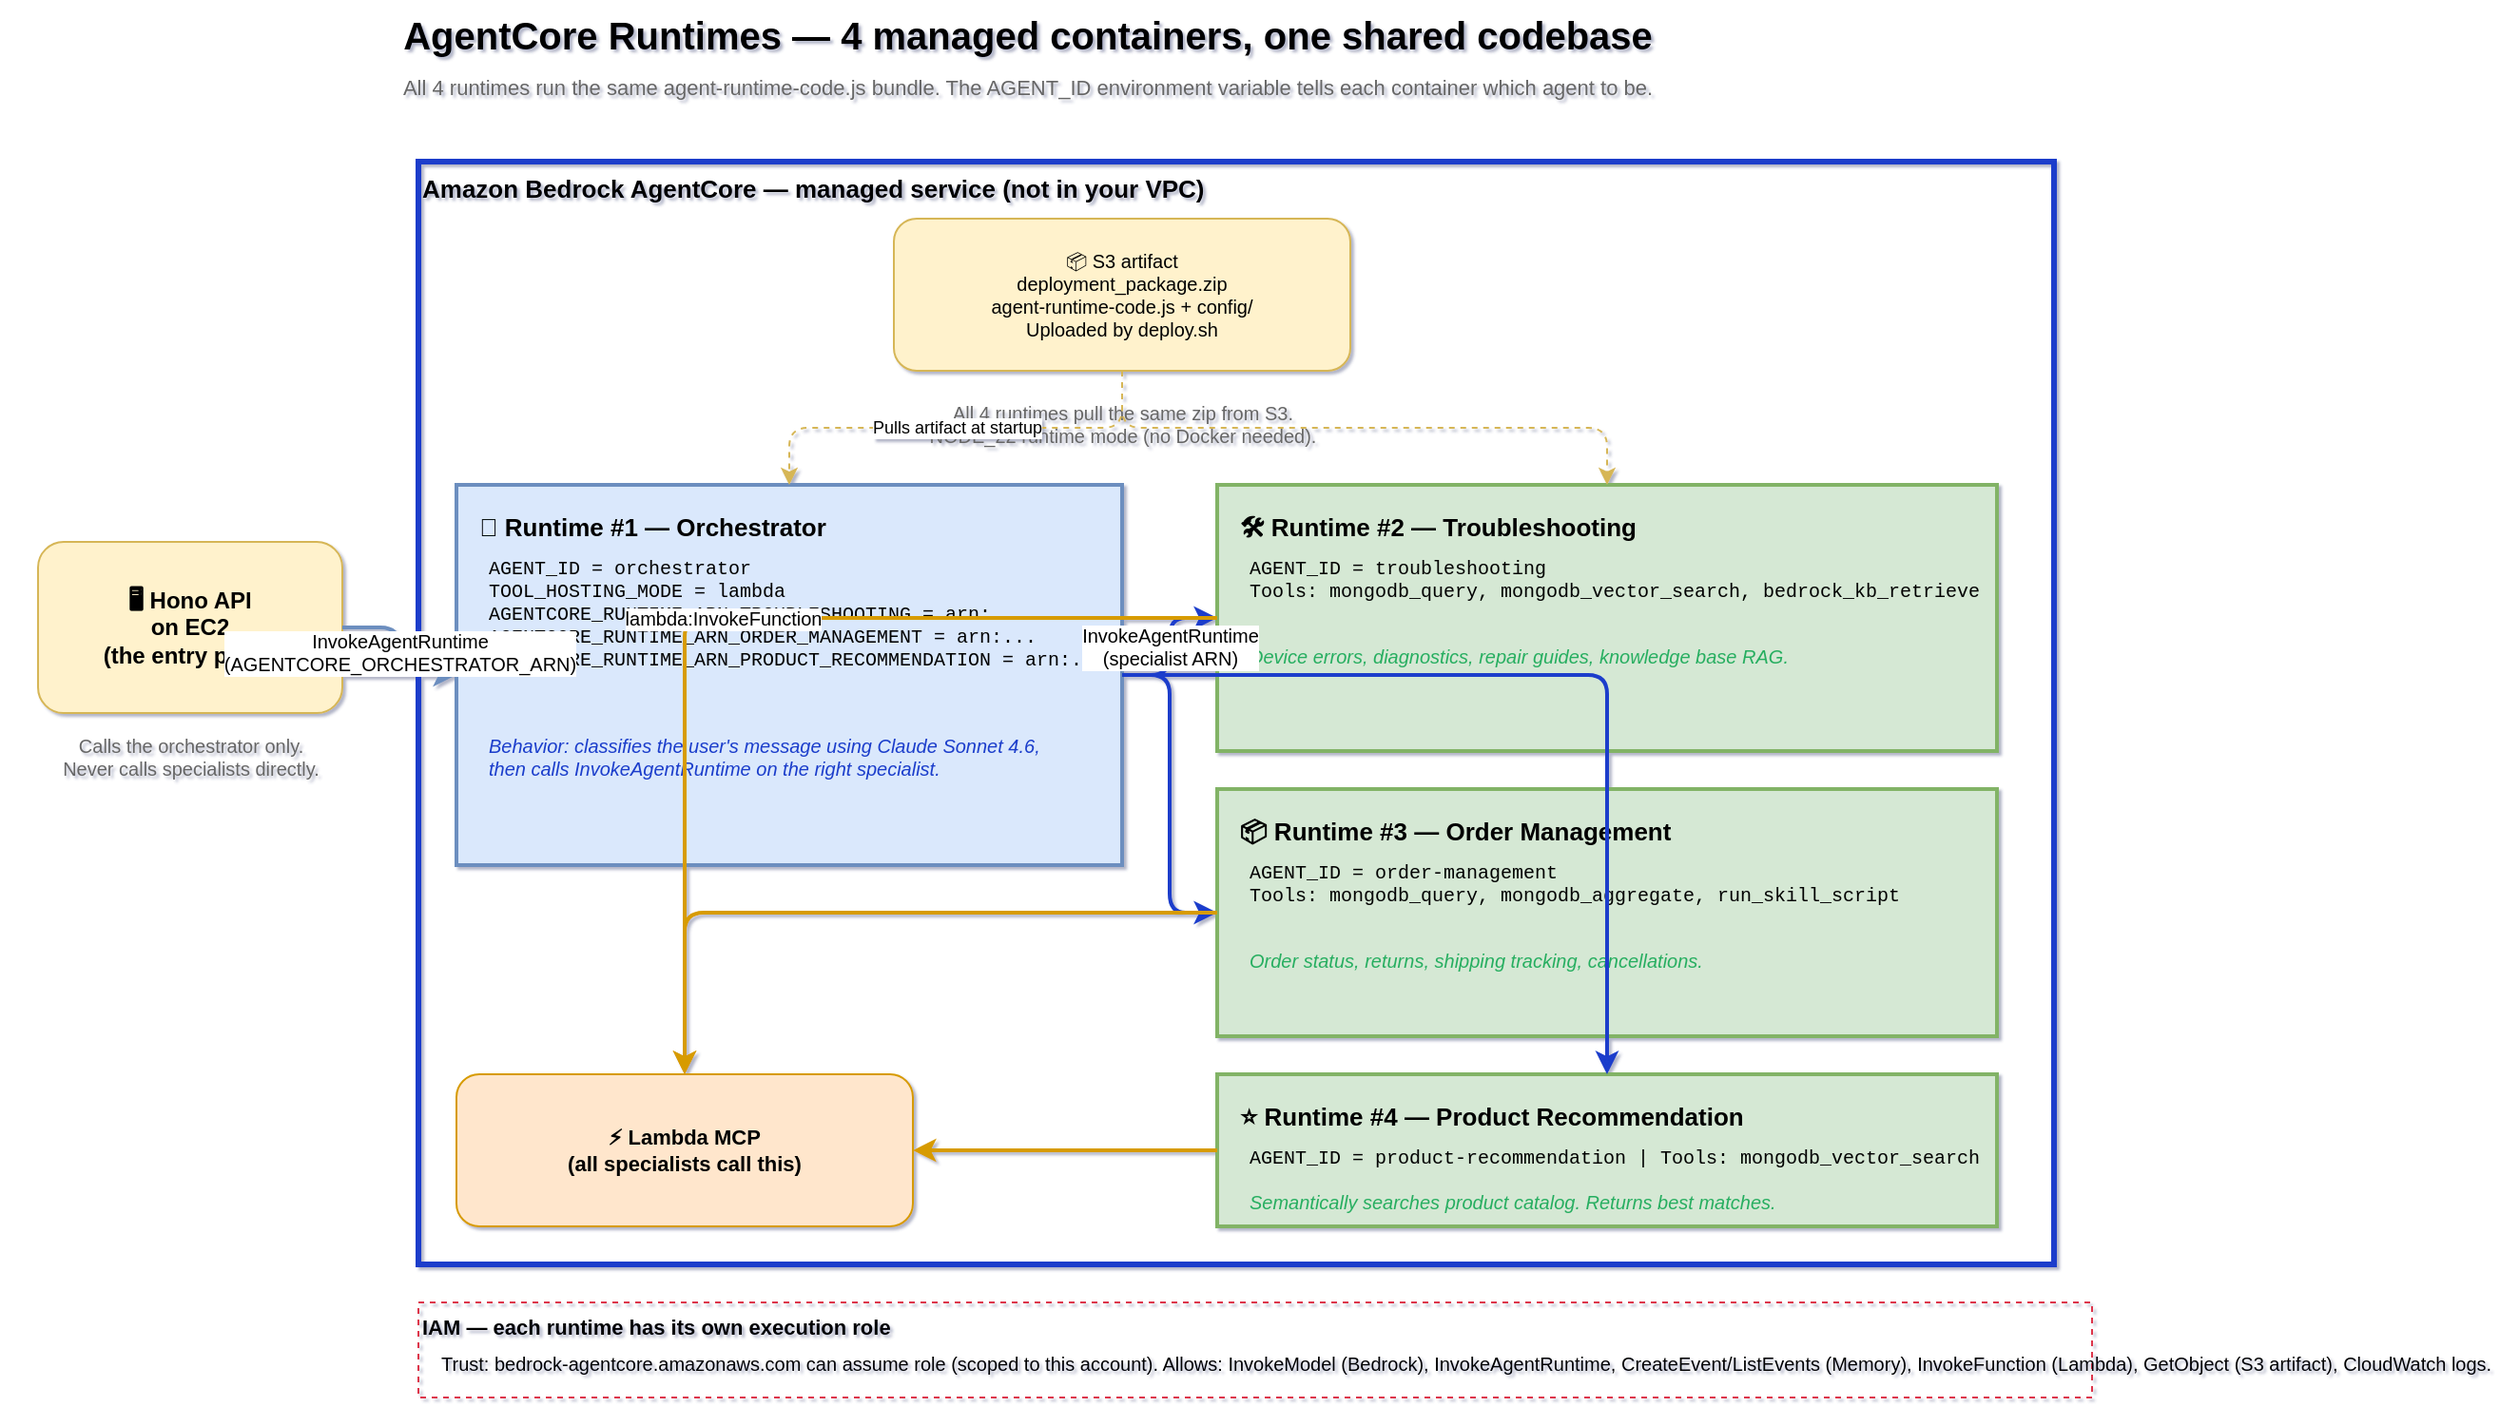
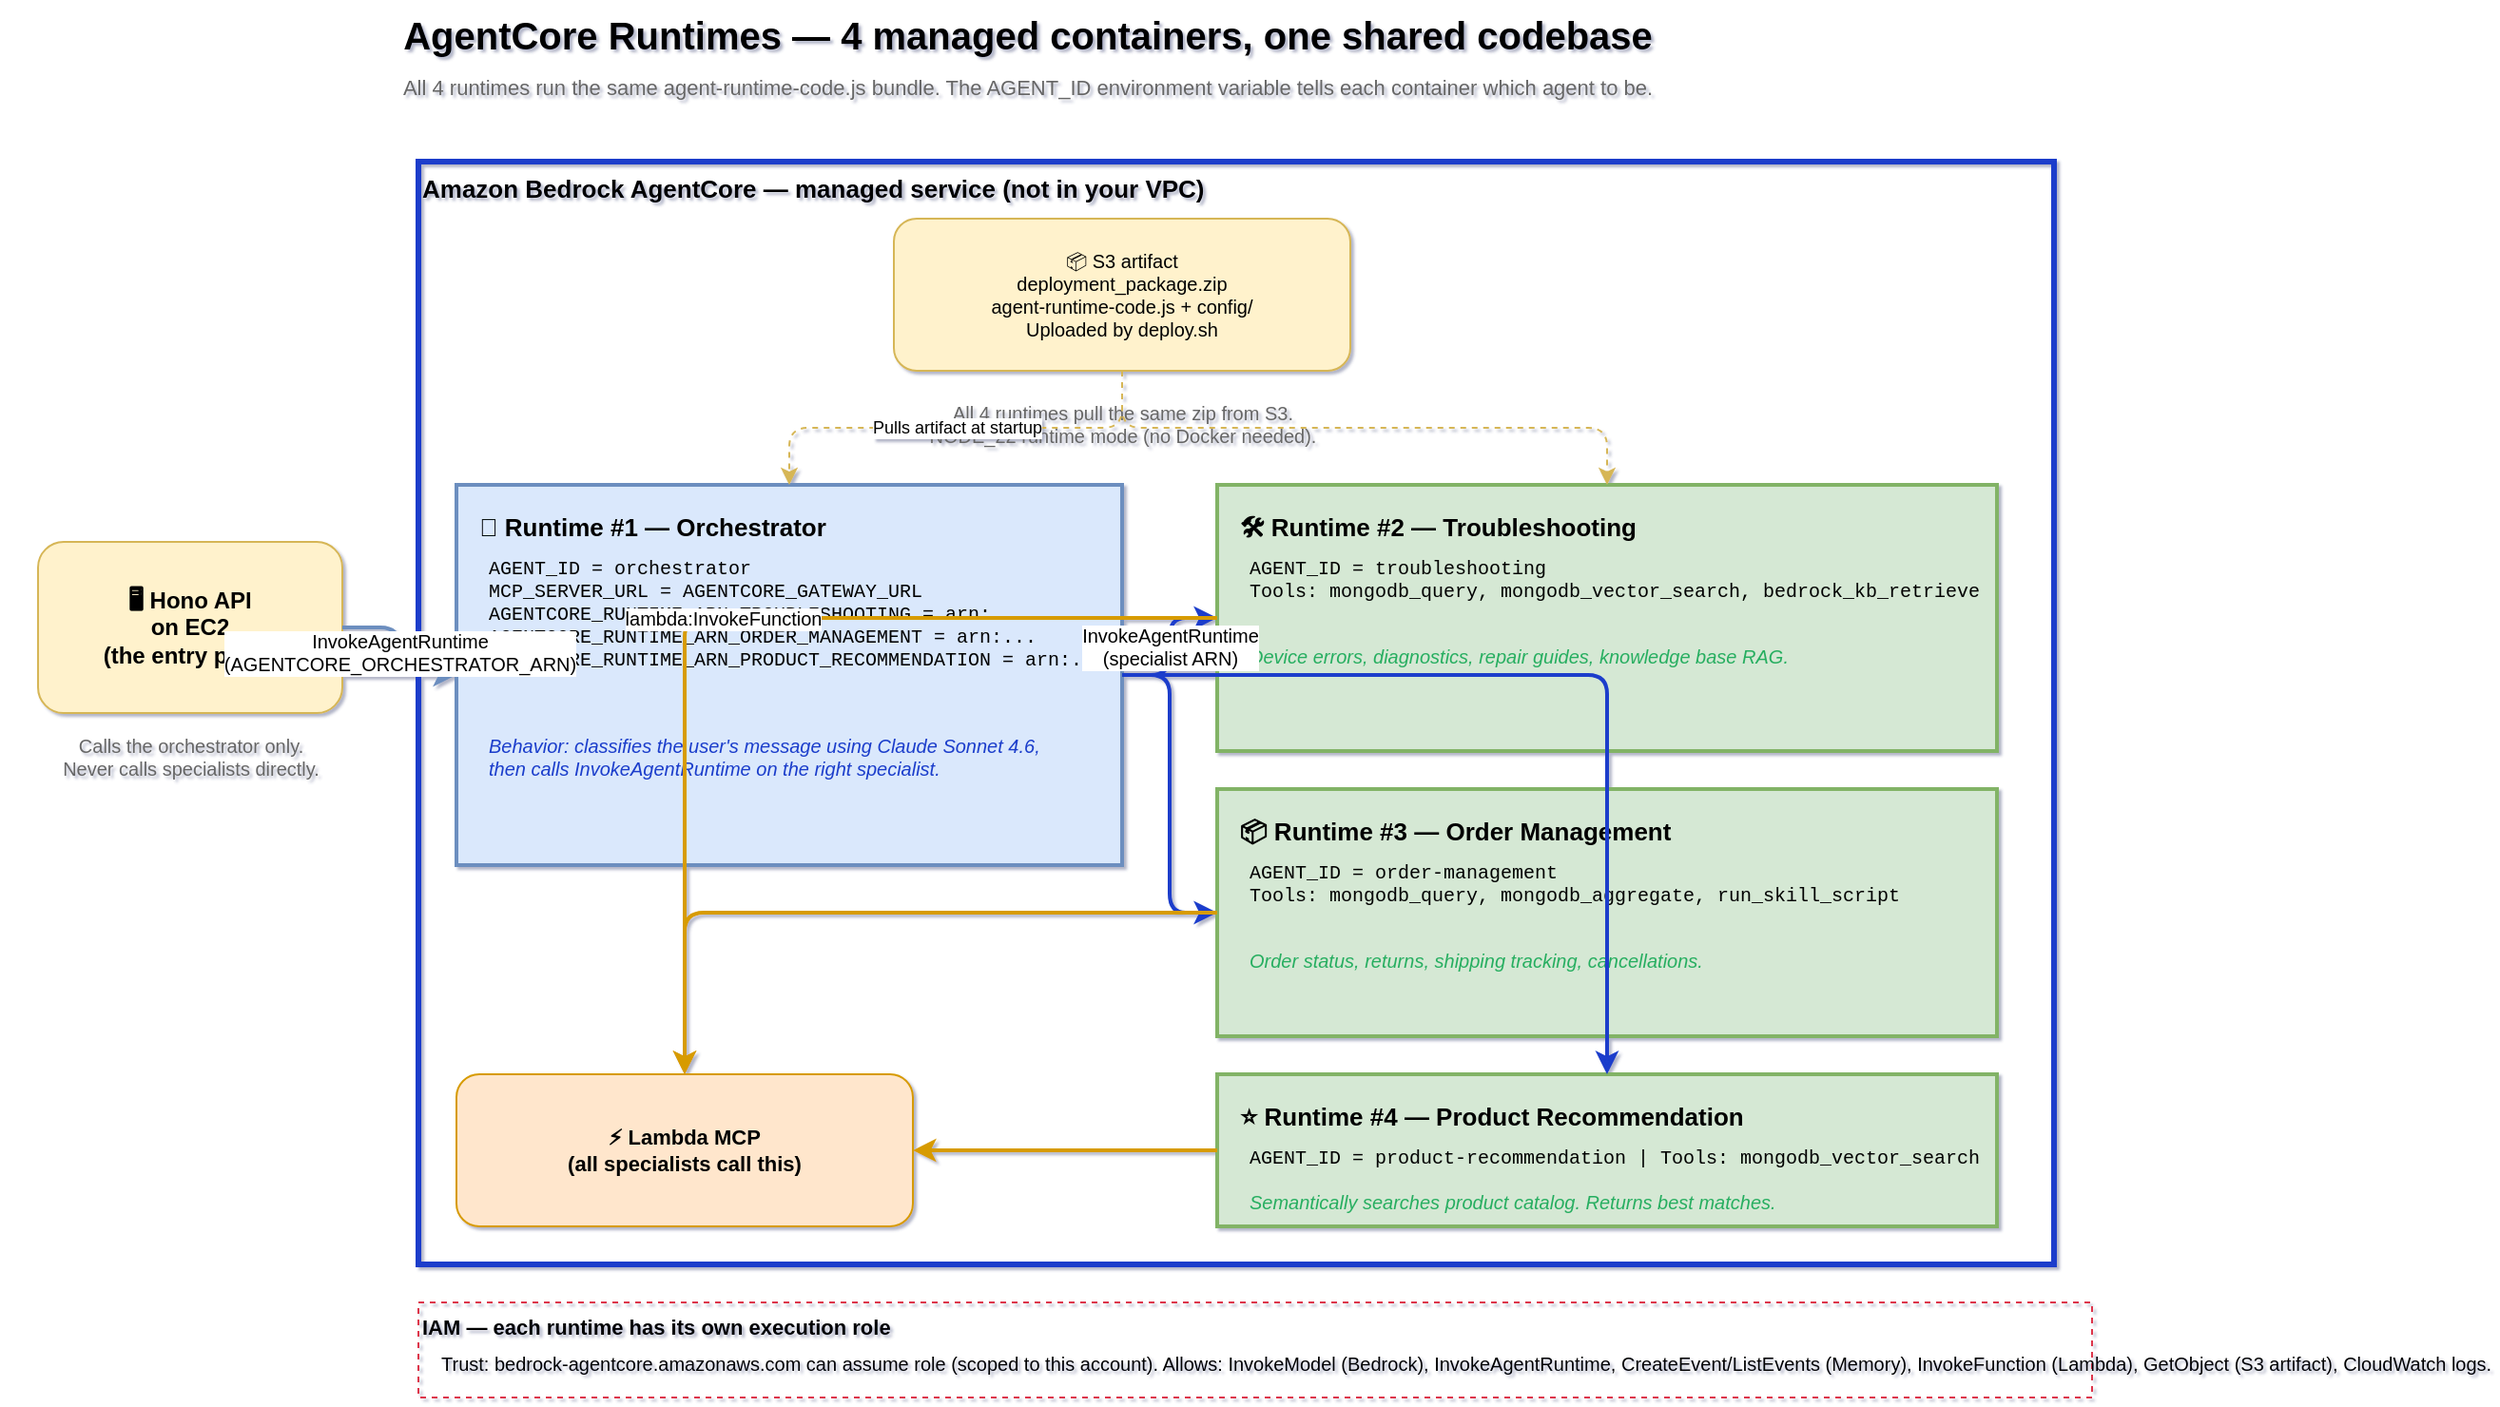
<mxfile host="app.diagrams.net" agent="Claude Code" version="24.0.0">
  <diagram id="ac-runtimes" name="03 · AgentCore Runtimes">
    <mxGraphModel dx="1400" dy="900" grid="1" gridSize="10" page="1" pageScale="1" pageWidth="1169" pageHeight="827" math="0" shadow="1">
      <root>
        <mxCell id="0"/><mxCell id="1" parent="0"/>

        <mxCell id="title" value="AgentCore Runtimes — 4 managed containers, one shared codebase" style="text;html=1;align=center;fontSize=20;fontStyle=1;strokeColor=none;fillColor=none;" vertex="1" parent="1">
          <mxGeometry x="40" y="15" width="1080" height="30" as="geometry"/>
        </mxCell>
        <mxCell id="sub" value="All 4 runtimes run the same agent-runtime-code.js bundle. The AGENT_ID environment variable tells each container which agent to be." style="text;html=1;align=center;fontSize=11;strokeColor=none;fillColor=none;fontColor=#666666;" vertex="1" parent="1">
          <mxGeometry x="40" y="48" width="1080" height="18" as="geometry"/>
        </mxCell>

        <!-- EC2 API caller -->
        <mxCell id="api" value="🖥 Hono API&#xa;on EC2&#xa;(the entry point)" style="rounded=1;whiteSpace=wrap;html=1;fillColor=#fff2cc;strokeColor=#d6b656;fontSize=12;fontStyle=1;" vertex="1" parent="1">
          <mxGeometry x="60" y="300" width="160" height="90" as="geometry"/>
        </mxCell>
        <mxCell id="api-note" value="Calls the orchestrator only.&#xa;Never calls specialists directly." style="text;html=1;align=center;fontSize=10;strokeColor=none;fillColor=none;fontColor=#666666;" vertex="1" parent="1">
          <mxGeometry x="40" y="395" width="200" height="30" as="geometry"/>
        </mxCell>

        <!-- AgentCore boundary -->
        <mxCell id="ac-box" value="Amazon Bedrock AgentCore — managed service (not in your VPC)" style="rounded=0;whiteSpace=wrap;html=1;fillColor=none;strokeColor=#1A3DCB;strokeWidth=3;dashed=0;fontSize=13;fontStyle=1;verticalAlign=top;align=left;" vertex="1" parent="1">
          <mxGeometry x="260" y="100" width="860" height="580" as="geometry"/>
        </mxCell>

        <!-- Shared S3 artifact -->
        <mxCell id="s3" value="📦 S3 artifact&#xa;deployment_package.zip&#xa;agent-runtime-code.js + config/&#xa;Uploaded by deploy.sh" style="rounded=1;whiteSpace=wrap;html=1;fillColor=#fff2cc;strokeColor=#d6b656;fontSize=10;" vertex="1" parent="1">
          <mxGeometry x="510" y="130" width="240" height="80" as="geometry"/>
        </mxCell>
        <mxCell id="s3-note" value="All 4 runtimes pull the same zip from S3.&#xa;NODE_22 runtime mode (no Docker needed)." style="text;html=1;align=center;fontSize=10;strokeColor=none;fillColor=none;fontColor=#666666;" vertex="1" parent="1">
          <mxGeometry x="480" y="220" width="300" height="30" as="geometry"/>
        </mxCell>

        <!-- Orchestrator runtime -->
        <mxCell id="orch-box" value="" style="rounded=0;whiteSpace=wrap;html=1;fillColor=#dae8fc;strokeColor=#6c8ebf;strokeWidth=2;fontSize=11;fontStyle=1;verticalAlign=top;" vertex="1" parent="1">
          <mxGeometry x="280" y="270" width="350" height="200" as="geometry"/>
        </mxCell>
        <mxCell id="orch-title" value="🎯 Runtime #1 — Orchestrator" style="text;html=1;align=left;fontSize=13;fontStyle=1;strokeColor=none;fillColor=none;" vertex="1" parent="1">
          <mxGeometry x="290" y="278" width="300" height="22" as="geometry"/>
        </mxCell>
-         <mxCell id="orch-env" value="AGENT_ID = orchestrator&#xa;TOOL_HOSTING_MODE = lambda&#xa;AGENTCORE_RUNTIME_ARN_TROUBLESHOOTING = arn:...&#xa;AGENTCORE_RUNTIME_ARN_ORDER_MANAGEMENT = arn:...&#xa;AGENTCORE_RUNTIME_ARN_PRODUCT_RECOMMENDATION = arn:..." style="text;html=1;align=left;fontSize=10;strokeColor=none;fillColor=none;fontFamily=Courier New;" vertex="1" parent="1">
+         <mxCell id="orch-env" value="AGENT_ID = orchestrator&#xa;MCP_SERVER_URL = AGENTCORE_GATEWAY_URL&#xa;AGENTCORE_RUNTIME_ARN_TROUBLESHOOTING = arn:...&#xa;AGENTCORE_RUNTIME_ARN_ORDER_MANAGEMENT = arn:...&#xa;AGENTCORE_RUNTIME_ARN_PRODUCT_RECOMMENDATION = arn:..." style="text;html=1;align=left;fontSize=10;strokeColor=none;fillColor=none;fontFamily=Courier New;" vertex="1" parent="1">
          <mxGeometry x="295" y="302" width="330" height="90" as="geometry"/>
        </mxCell>
        <mxCell id="orch-logic" value="Behavior: classifies the user's message using Claude Sonnet 4.6,&#xa;then calls InvokeAgentRuntime on the right specialist." style="text;html=1;align=left;fontSize=10;strokeColor=none;fillColor=none;fontStyle=2;fontColor=#1A3DCB;" vertex="1" parent="1">
          <mxGeometry x="295" y="395" width="330" height="60" as="geometry"/>
        </mxCell>

        <!-- Specialist runtimes -->
        <!-- Troubleshooting -->
        <mxCell id="ts-box" value="" style="rounded=0;whiteSpace=wrap;html=1;fillColor=#d5e8d4;strokeColor=#82b366;strokeWidth=2;fontSize=11;" vertex="1" parent="1">
          <mxGeometry x="680" y="270" width="410" height="140" as="geometry"/>
        </mxCell>
        <mxCell id="ts-title" value="🛠 Runtime #2 — Troubleshooting" style="text;html=1;align=left;fontSize=13;fontStyle=1;strokeColor=none;fillColor=none;" vertex="1" parent="1">
          <mxGeometry x="690" y="278" width="380" height="22" as="geometry"/>
        </mxCell>
        <mxCell id="ts-env" value="AGENT_ID = troubleshooting&#xa;Tools: mongodb_query, mongodb_vector_search, bedrock_kb_retrieve" style="text;html=1;align=left;fontSize=10;strokeColor=none;fillColor=none;fontFamily=Courier New;" vertex="1" parent="1">
          <mxGeometry x="695" y="302" width="380" height="40" as="geometry"/>
        </mxCell>
        <mxCell id="ts-logic" value="Device errors, diagnostics, repair guides, knowledge base RAG." style="text;html=1;align=left;fontSize=10;strokeColor=none;fillColor=none;fontStyle=2;fontColor=#27ae60;" vertex="1" parent="1">
          <mxGeometry x="695" y="348" width="380" height="50" as="geometry"/>
        </mxCell>

        <!-- Order management -->
        <mxCell id="om-box" value="" style="rounded=0;whiteSpace=wrap;html=1;fillColor=#d5e8d4;strokeColor=#82b366;strokeWidth=2;fontSize=11;" vertex="1" parent="1">
          <mxGeometry x="680" y="430" width="410" height="130" as="geometry"/>
        </mxCell>
        <mxCell id="om-title" value="📦 Runtime #3 — Order Management" style="text;html=1;align=left;fontSize=13;fontStyle=1;strokeColor=none;fillColor=none;" vertex="1" parent="1">
          <mxGeometry x="690" y="438" width="380" height="22" as="geometry"/>
        </mxCell>
        <mxCell id="om-env" value="AGENT_ID = order-management&#xa;Tools: mongodb_query, mongodb_aggregate, run_skill_script" style="text;html=1;align=left;fontSize=10;strokeColor=none;fillColor=none;fontFamily=Courier New;" vertex="1" parent="1">
          <mxGeometry x="695" y="462" width="380" height="40" as="geometry"/>
        </mxCell>
        <mxCell id="om-logic" value="Order status, returns, shipping tracking, cancellations." style="text;html=1;align=left;fontSize=10;strokeColor=none;fillColor=none;fontStyle=2;fontColor=#27ae60;" vertex="1" parent="1">
          <mxGeometry x="695" y="508" width="380" height="40" as="geometry"/>
        </mxCell>

        <!-- Product rec -->
        <mxCell id="pr-box" value="" style="rounded=0;whiteSpace=wrap;html=1;fillColor=#d5e8d4;strokeColor=#82b366;strokeWidth=2;fontSize=11;" vertex="1" parent="1">
          <mxGeometry x="680" y="580" width="410" height="80" as="geometry"/>
        </mxCell>
        <mxCell id="pr-title" value="⭐ Runtime #4 — Product Recommendation" style="text;html=1;align=left;fontSize=13;fontStyle=1;strokeColor=none;fillColor=none;" vertex="1" parent="1">
          <mxGeometry x="690" y="588" width="380" height="22" as="geometry"/>
        </mxCell>
        <mxCell id="pr-env" value="AGENT_ID = product-recommendation  |  Tools: mongodb_vector_search" style="text;html=1;align=left;fontSize=10;strokeColor=none;fillColor=none;fontFamily=Courier New;" vertex="1" parent="1">
          <mxGeometry x="695" y="612" width="380" height="20" as="geometry"/>
        </mxCell>
        <mxCell id="pr-logic" value="Semantically searches product catalog. Returns best matches." style="text;html=1;align=left;fontSize=10;strokeColor=none;fillColor=none;fontStyle=2;fontColor=#27ae60;" vertex="1" parent="1">
          <mxGeometry x="695" y="635" width="380" height="20" as="geometry"/>
        </mxCell>

        <!-- Lambda result -->
        <mxCell id="lam" value="⚡ Lambda MCP&#xa;(all specialists call this)" style="rounded=1;whiteSpace=wrap;html=1;fillColor=#ffe6cc;strokeColor=#d79b00;fontSize=11;fontStyle=1;" vertex="1" parent="1">
          <mxGeometry x="280" y="580" width="240" height="80" as="geometry"/>
        </mxCell>

        <!-- IAM roles -->
        <mxCell id="iam-box" value="IAM — each runtime has its own execution role" style="rounded=0;whiteSpace=wrap;html=1;fillColor=none;strokeColor=#DD344C;strokeWidth=1;dashed=1;fontSize=11;fontStyle=1;verticalAlign=top;align=left;" vertex="1" parent="1">
          <mxGeometry x="260" y="700" width="880" height="50" as="geometry"/>
        </mxCell>
        <mxCell id="iam-note" value="Trust: bedrock-agentcore.amazonaws.com can assume role (scoped to this account). Allows: InvokeModel (Bedrock), InvokeAgentRuntime, CreateEvent/ListEvents (Memory), InvokeFunction (Lambda), GetObject (S3 artifact), CloudWatch logs." style="text;html=1;align=left;fontSize=10;strokeColor=none;fillColor=none;" vertex="1" parent="1">
          <mxGeometry x="270" y="720" width="860" height="25" as="geometry"/>
        </mxCell>

        <!-- Arrows -->
        <mxCell id="e1" value="InvokeAgentRuntime&#xa;(AGENTCORE_ORCHESTRATOR_ARN)" style="edgeStyle=orthogonalEdgeStyle;html=1;strokeColor=#6c8ebf;strokeWidth=2;fontSize=10;" edge="1" parent="1" source="api" target="orch-box">
          <mxGeometry relative="1" as="geometry"/>
        </mxCell>
        <mxCell id="e2" value="InvokeAgentRuntime&#xa;(specialist ARN)" style="edgeStyle=orthogonalEdgeStyle;html=1;strokeColor=#1A3DCB;strokeWidth=2;fontSize=10;" edge="1" parent="1" source="orch-box" target="ts-box">
          <mxGeometry relative="1" as="geometry"/>
        </mxCell>
        <mxCell id="e3" style="edgeStyle=orthogonalEdgeStyle;html=1;strokeColor=#1A3DCB;strokeWidth=2;" edge="1" parent="1" source="orch-box" target="om-box">
          <mxGeometry relative="1" as="geometry"/>
        </mxCell>
        <mxCell id="e4" style="edgeStyle=orthogonalEdgeStyle;html=1;strokeColor=#1A3DCB;strokeWidth=2;" edge="1" parent="1" source="orch-box" target="pr-box">
          <mxGeometry relative="1" as="geometry"/>
        </mxCell>
        <mxCell id="e5" value="lambda:InvokeFunction" style="edgeStyle=orthogonalEdgeStyle;html=1;strokeColor=#d79b00;strokeWidth=2;fontSize=10;" edge="1" parent="1" source="ts-box" target="lam">
          <mxGeometry relative="1" as="geometry"/>
        </mxCell>
        <mxCell id="e6" style="edgeStyle=orthogonalEdgeStyle;html=1;strokeColor=#d79b00;strokeWidth=2;" edge="1" parent="1" source="om-box" target="lam">
          <mxGeometry relative="1" as="geometry"/>
        </mxCell>
        <mxCell id="e7" style="edgeStyle=orthogonalEdgeStyle;html=1;strokeColor=#d79b00;strokeWidth=2;" edge="1" parent="1" source="pr-box" target="lam">
          <mxGeometry relative="1" as="geometry"/>
        </mxCell>
        <!-- S3 → all runtimes (artifact source) -->
        <mxCell id="e8" value="Pulls artifact at startup" style="edgeStyle=orthogonalEdgeStyle;html=1;strokeColor=#d6b656;strokeWidth=1;dashed=1;fontSize=9;" edge="1" parent="1" source="s3" target="orch-box">
          <mxGeometry relative="1" as="geometry"/>
        </mxCell>
        <mxCell id="e9" style="edgeStyle=orthogonalEdgeStyle;html=1;strokeColor=#d6b656;strokeWidth=1;dashed=1;" edge="1" parent="1" source="s3" target="ts-box">
          <mxGeometry relative="1" as="geometry"/>
        </mxCell>
      </root>
    </mxGraphModel>
  </diagram>
</mxfile>
